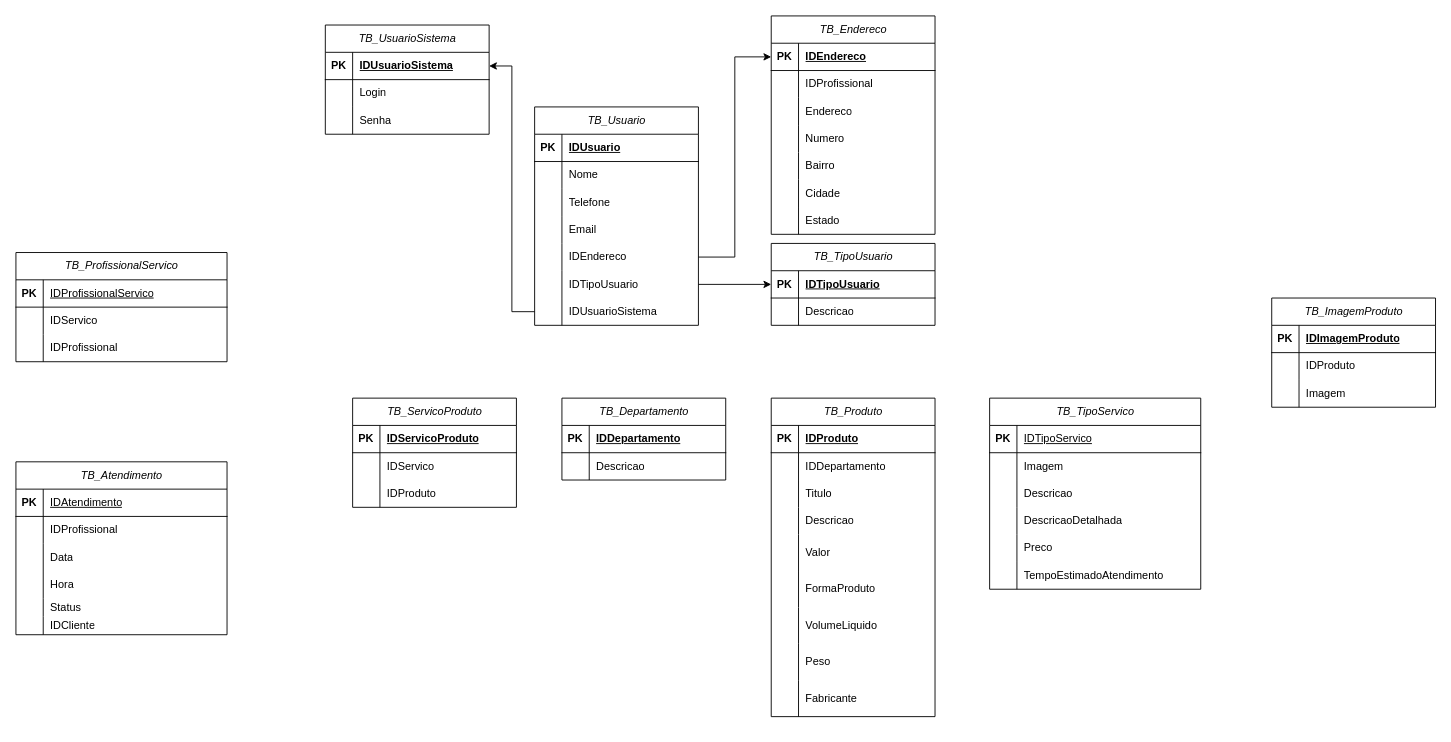
Earlier version of the draw.io diagram Diagrama_App_Sobrancelha.drawio (mpgwave/app-sobrancelhas). Source tidied: cells renumbered, new cells numbered last; positions are measured from the earlier drawing's top-left corner, leaving out a move shared by most shapes. Both pictures are drawn from the tidied source at 91%, with x=0, y=0 at pixel (15, 15).
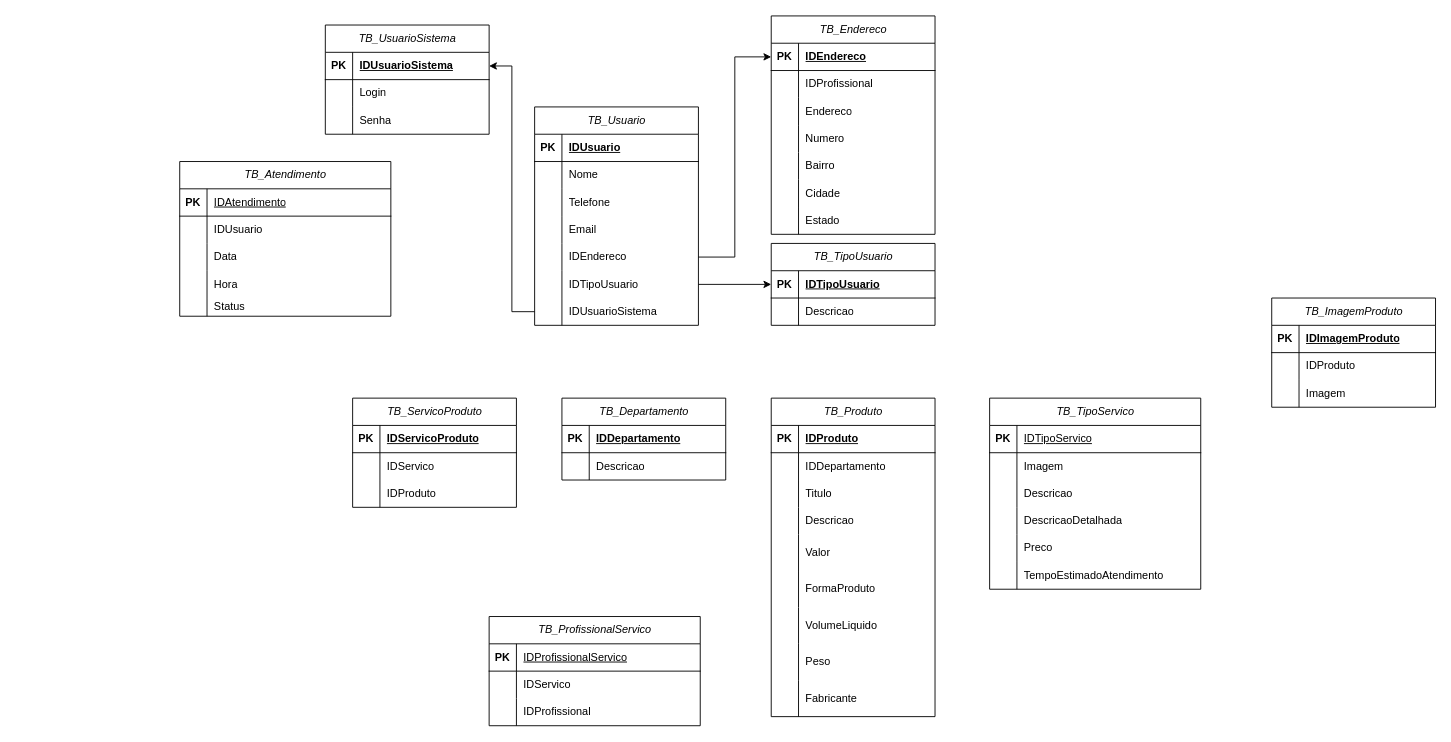
Above is the later version.

Unchanged cells that the change refers to:
```xml
<mxCell id="57" style="shape=tableRow;horizontal=0;startSize=0;swimlaneHead=0;swimlaneBody=0;fillColor=none;top=0;left=0;right=0;bottom=0;" parent="53" vertex="1">
  <mxGeometry y="60" width="232" height="30" as="geometry" />
</mxCell>
```

The edit, as a diff of the source:
```diff
@@
     <mxCell id="43" value="&lt;span style=&quot;font-style: italic; font-weight: 400;&quot;&gt;TB_ProfissionalServico&lt;/span&gt;" style="shape=table;startSize=30;childLayout=tableLayout;rowLines=0;fontStyle=1;align=center;html=1;" parent="1" vertex="1">
-      <mxGeometry y="260" width="232" height="120" as="geometry" />
+      <mxGeometry x="520" y="660" width="232" height="120" as="geometry" />
     </mxCell>
@@
     <mxCell id="53" value="&lt;span style=&quot;font-style: italic; font-weight: 400;&quot;&gt;TB_Atendimento&lt;/span&gt;" style="shape=table;startSize=30;childLayout=tableLayout;rowLines=0;fontStyle=1;align=center;html=1;" parent="1" vertex="1">
-      <mxGeometry y="490" width="232" height="190" as="geometry" />
+      <mxGeometry x="180" y="160" width="232" height="170" as="geometry" />
     </mxCell>
@@
-    <mxCell id="59" value="&lt;span style=&quot;text-wrap-mode: nowrap;&quot;&gt;IDProfissional&lt;/span&gt;" style="shape=partialRectangle;fillColor=none;top=0;left=0;bottom=0;right=0;align=left;spacingLeft=6;overflow=hidden;whiteSpace=wrap;html=1;" parent="57" vertex="1">
+    <mxCell id="59" value="IDUsuario" style="shape=partialRectangle;fillColor=none;top=0;left=0;bottom=0;right=0;align=left;spacingLeft=6;overflow=hidden;whiteSpace=wrap;html=1;" parent="57" vertex="1">
       <mxGeometry x="30" width="202" height="30" as="geometry" />
     </mxCell>
@@
-    <mxCell id="69" style="shape=tableRow;horizontal=0;startSize=0;swimlaneHead=0;swimlaneBody=0;fillColor=none;top=0;left=0;right=0;bottom=0;" parent="53" vertex="1">
-      <mxGeometry y="170" width="232" height="20" as="geometry" />
-    </mxCell>
-    <mxCell id="70" style="shape=partialRectangle;fillColor=none;top=0;left=0;bottom=0;right=0;overflow=hidden;whiteSpace=wrap;html=1;" parent="69" vertex="1">
-      <mxGeometry width="30" height="20" as="geometry" />
-    </mxCell>
-    <mxCell id="71" value="IDCliente" style="shape=partialRectangle;fillColor=none;top=0;left=0;bottom=0;right=0;align=left;spacingLeft=6;overflow=hidden;whiteSpace=wrap;html=1;" parent="69" vertex="1">
-      <mxGeometry x="30" width="202" height="20" as="geometry" />
-    </mxCell>
```
